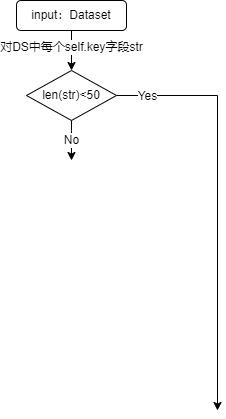
Earlier version of the draw.io export draw.io/OneFlow/zh_clean_OP_flowchart.png (LanXiu-0523/Image_host). Source tidied: cells renumbered, new cells last; positions are measured from the earlier drawing's top-left corner, leaving out a move shared by most shapes.
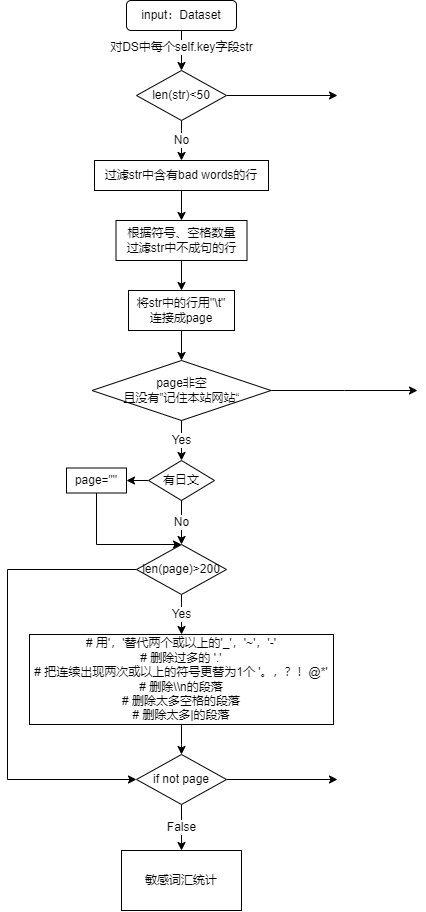
After the commit.

Change to the diagram source:
```diff
@@ -15,6 +15,11 @@
         <mxPoint x="-2" y="4" as="offset" />
       </mxGeometry>
     </mxCell>
+    <mxCell id="9" style="edgeStyle=orthogonalEdgeStyle;rounded=0;jettySize=auto;html=1;" parent="1" edge="1" source="5">
+      <mxGeometry relative="1" as="geometry">
+        <mxPoint x="211" y="95" as="targetPoint" />
+      </mxGeometry>
+    </mxCell>
     <mxCell id="5" value="len(str)&amp;lt;50" style="rhombus;whiteSpace=wrap;html=1;" parent="1" vertex="1">
       <mxGeometry x="10" y="70" width="90" height="50" as="geometry" />
     </mxCell>
@@ -26,18 +31,99 @@
         </Array>
       </mxGeometry>
     </mxCell>
-    <mxCell id="7" style="endArrow=classic;html=1;rounded=0;exitX=1;exitY=0.5;exitDx=0;exitDy=0;" parent="1" edge="1" source="5">
-      <mxGeometry relative="1" as="geometry">
-        <mxPoint x="201" y="410" as="targetPoint" />
-        <Array as="points">
-          <mxPoint x="201" y="95" />
-        </Array>
-      </mxGeometry>
-    </mxCell>
-    <mxCell id="8" value="Yes" style="edgeLabel;html=1;align=center;verticalAlign=middle;" parent="7" vertex="1">
-      <mxGeometry x="-0.3" y="-1" relative="1" as="geometry">
-        <mxPoint x="-69" y="-44" as="offset" />
-      </mxGeometry>
-    </mxCell>
+    <mxCell id="10" value="过滤str中含有bad words的行" style="rounded=0;whiteSpace=wrap;html=1;" parent="1" vertex="1">
+      <mxGeometry x="-32" y="160" width="174" height="30" as="geometry" />
+    </mxCell>
+    <mxCell id="11" style="endArrow=classic;html=1;rounded=0;exitX=0.5;exitY=1;exitDx=0;exitDy=0;" parent="1" edge="1" source="10">
+      <mxGeometry relative="1" as="geometry">
+        <mxPoint x="55" y="220" as="targetPoint" />
+      </mxGeometry>
+    </mxCell>
+    <mxCell id="12" value="根据符号、空格数量&lt;br&gt;过滤str中不成句的行" style="rounded=0;whiteSpace=wrap;html=1;" parent="1" vertex="1">
+      <mxGeometry x="-10.5" y="220" width="131" height="40" as="geometry" />
+    </mxCell>
+    <mxCell id="13" style="endArrow=classic;html=1;rounded=0;exitX=0.5;exitY=1;exitDx=0;exitDy=0;" parent="1" edge="1" source="12">
+      <mxGeometry relative="1" as="geometry">
+        <mxPoint x="55" y="290" as="targetPoint" />
+      </mxGeometry>
+    </mxCell>
+    <mxCell id="14" style="edgeStyle=orthogonalEdgeStyle;rounded=0;jettySize=auto;html=1;" parent="1" edge="1" source="15">
+      <mxGeometry relative="1" as="geometry">
+        <mxPoint x="291" y="390" as="targetPoint" />
+      </mxGeometry>
+    </mxCell>
+    <mxCell id="15" value="page非空&lt;br&gt;且没有”记住本站网站“" style="rhombus;whiteSpace=wrap;html=1;" parent="1" vertex="1">
+      <mxGeometry x="-34.5" y="360" width="179" height="60" as="geometry" />
+    </mxCell>
+    <mxCell id="16" value="Yes" style="endArrow=classic;html=1;rounded=0;exitX=0.5;exitY=1;exitDx=0;exitDy=0;" parent="1" edge="1" source="15">
+      <mxGeometry relative="1" as="geometry">
+        <mxPoint x="55" y="460" as="targetPoint" />
+      </mxGeometry>
+    </mxCell>
+    <mxCell id="17" style="edgeStyle=orthogonalEdgeStyle;rounded=0;jettySize=auto;html=1;exitX=0;exitY=0.5;exitDx=0;exitDy=0;entryX=0;entryY=0.5;entryDx=0;entryDy=0;" parent="1" edge="1" source="18" target="29">
+      <mxGeometry relative="1" as="geometry">
+        <Array as="points">
+          <mxPoint x="-119" y="569" />
+          <mxPoint x="-119" y="779" />
+        </Array>
+      </mxGeometry>
+    </mxCell>
+    <mxCell id="18" value="len(page)&amp;gt;200" style="rhombus;whiteSpace=wrap;html=1;" parent="1" vertex="1">
+      <mxGeometry x="10" y="544" width="90" height="50" as="geometry" />
+    </mxCell>
+    <mxCell id="19" value="将str中的行用&quot;\t&quot;&lt;br&gt;连接成page" style="rounded=0;whiteSpace=wrap;html=1;" parent="1" vertex="1">
+      <mxGeometry x="2" y="290" width="106" height="40" as="geometry" />
+    </mxCell>
+    <mxCell id="20" style="endArrow=classic;html=1;rounded=0;exitX=0.5;exitY=1;exitDx=0;exitDy=0;" parent="1" edge="1" source="19">
+      <mxGeometry relative="1" as="geometry">
+        <mxPoint x="55" y="360" as="targetPoint" />
+      </mxGeometry>
+    </mxCell>
+    <mxCell id="21" style="edgeStyle=orthogonalEdgeStyle;rounded=0;jettySize=auto;html=1;" parent="1" edge="1" source="22" target="30">
+      <mxGeometry relative="1" as="geometry" />
+    </mxCell>
+    <mxCell id="22" value="有日文" style="rhombus;whiteSpace=wrap;html=1;" parent="1" vertex="1">
+      <mxGeometry x="22" y="460" width="66" height="40" as="geometry" />
+    </mxCell>
+    <mxCell id="23" value="No" style="endArrow=classic;html=1;rounded=0;exitX=0.5;exitY=1;exitDx=0;exitDy=0;entryX=0.5;entryY=0;entryDx=0;entryDy=0;" parent="1" edge="1" source="22" target="18">
+      <mxGeometry relative="1" as="geometry" />
+    </mxCell>
+    <mxCell id="24" value="Yes" style="endArrow=classic;html=1;rounded=0;exitX=0.5;exitY=1;exitDx=0;exitDy=0;" parent="1" edge="1" source="18">
+      <mxGeometry relative="1" as="geometry">
+        <mxPoint x="55" y="634" as="targetPoint" />
+      </mxGeometry>
+    </mxCell>
+    <mxCell id="25" style="edgeStyle=orthogonalEdgeStyle;rounded=0;jettySize=auto;html=1;" parent="1" edge="1" source="26">
+      <mxGeometry relative="1" as="geometry">
+        <mxPoint x="55" y="754" as="targetPoint" />
+      </mxGeometry>
+    </mxCell>
+    <mxCell id="26" value="&lt;div style=&quot;line-height: 120%; font-size: 10px;&quot;&gt;&lt;font style=&quot;font-size: 10px;&quot;&gt;# 用'，'替代两个或以上的'_'，'~'，'-'&lt;/font&gt;&lt;/div&gt;&lt;div style=&quot;line-height: 120%; font-size: 10px;&quot;&gt;&lt;font style=&quot;font-size: 10px;&quot;&gt;# 删除过多的 '.'&lt;/font&gt;&lt;/div&gt;&lt;div style=&quot;line-height: 120%; font-size: 10px;&quot;&gt;&lt;font style=&quot;font-size: 10px;&quot;&gt;# 把连续出现两次或以上的符号更替为1个 '。，？！@*'&lt;/font&gt;&lt;/div&gt;&lt;div style=&quot;line-height: 120%; font-size: 10px;&quot;&gt;&lt;font style=&quot;font-size: 10px;&quot;&gt;&lt;div style=&quot;line-height: 120%;&quot;&gt;# 删除\\n的段落&lt;/div&gt;&lt;div style=&quot;line-height: 120%;&quot;&gt;# 删除太多空格的段落&lt;/div&gt;&lt;div style=&quot;line-height: 120%;&quot;&gt;# 删除太多|的段落&lt;/div&gt;&lt;/font&gt;&lt;/div&gt;" style="rounded=0;whiteSpace=wrap;html=1;" parent="1" vertex="1">
+      <mxGeometry x="-97" y="634" width="304" height="90" as="geometry" />
+    </mxCell>
+    <mxCell id="27" value="False" style="edgeStyle=orthogonalEdgeStyle;rounded=0;jettySize=auto;html=1;entryX=0.5;entryY=0;entryDx=0;entryDy=0;" parent="1" edge="1" source="29" target="32">
+      <mxGeometry relative="1" as="geometry" />
+    </mxCell>
+    <mxCell id="28" style="edgeStyle=orthogonalEdgeStyle;rounded=0;jettySize=auto;html=1;" parent="1" edge="1" source="29">
+      <mxGeometry relative="1" as="geometry">
+        <mxPoint x="211" y="779" as="targetPoint" />
+      </mxGeometry>
+    </mxCell>
+    <mxCell id="29" value="if not page" style="rhombus;whiteSpace=wrap;html=1;" parent="1" vertex="1">
+      <mxGeometry x="10" y="754" width="90" height="50" as="geometry" />
+    </mxCell>
+    <mxCell id="30" value="page=&quot;&quot;" style="rounded=0;whiteSpace=wrap;html=1;" parent="1" vertex="1">
+      <mxGeometry x="-60" y="467.5" width="60" height="25" as="geometry" />
+    </mxCell>
+    <mxCell id="31" style="endArrow=classic;html=1;rounded=0;exitX=0.5;exitY=1;exitDx=0;exitDy=0;entryX=0.5;entryY=0;entryDx=0;entryDy=0;" parent="1" edge="1" source="30" target="18">
+      <mxGeometry relative="1" as="geometry">
+        <Array as="points">
+          <mxPoint x="-30" y="544" />
+        </Array>
+      </mxGeometry>
+    </mxCell>
+    <mxCell id="32" value="敏感词汇统计" style="rounded=0;whiteSpace=wrap;html=1;" parent="1" vertex="1">
+      <mxGeometry x="-5" y="850" width="120" height="60" as="geometry" />
+    </mxCell>
   </root>
 </mxGraphModel>
```
